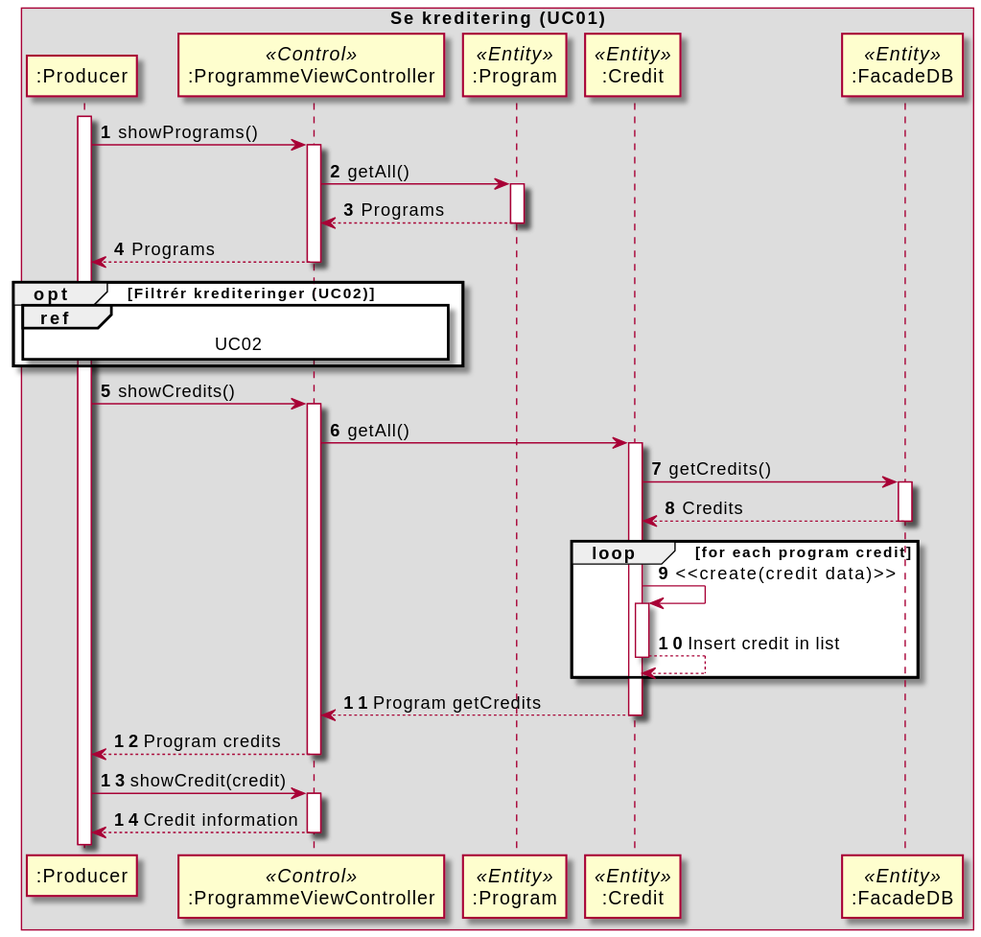
The PlantUML diagram uml/sequence_diagrams/operation/UC01_show_credit.svg in amatzen/SE02-SE-G02-SPRO, before a commit.
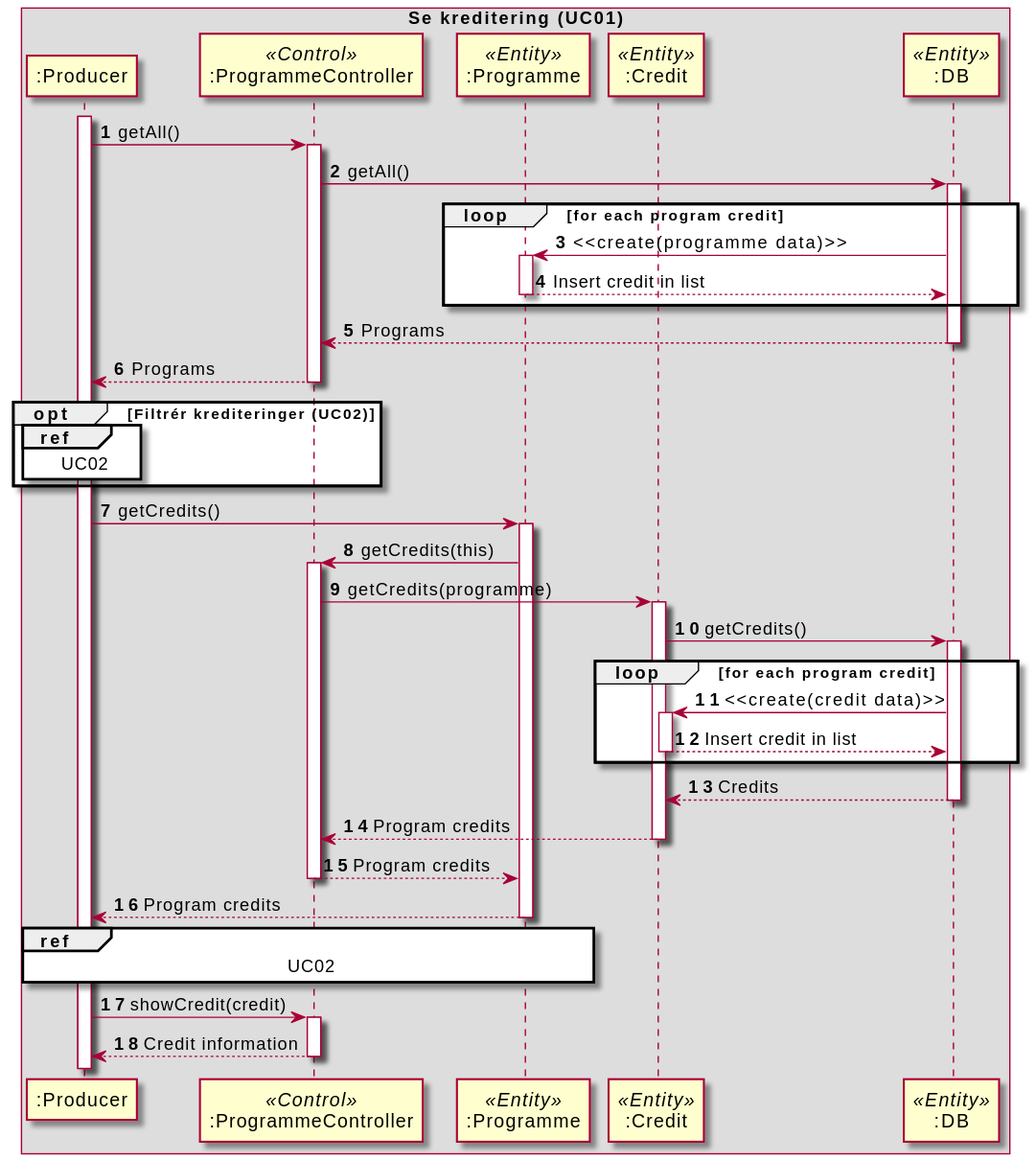
The same file after the commit.

Diff of the diagram source:
```diff
@@ -4,47 +4,64 @@
 
 box Se kreditering (UC01)
     participant ":Producer" as producer
-    participant ":ProgrammeViewController" as programController <<Control>>
-    participant ":Program" as program <<Entity>>
+    participant ":ProgrammeController" as programController <<Control>>
+    participant ":Programme" as program <<Entity>>
     participant ":Credit" as credit <<Entity>>
-    participant ":FacadeDB" as db <<Entity>>
+    participant ":DB" as db <<Entity>>
 end box
 
 activate producer
-producer -> programController : showPrograms()
+producer -> programController : getAll()
 activate programController
-programController -> program : getAll()
+programController -> db : getAll()
+activate db
+
+loop for each program credit
+db -> program : <<create(programme data)>>
 activate program
-programController <-- program : Programs
+db <-- program : Insert credit in list
 deactivate program
+end
+
+programController <-- db : Programs
+deactivate db
 producer <-- programController : Programs
 deactivate programController
 
 opt Filtrér krediteringer (UC02)
-    ref over producer, programController : UC02
+    ref over producer : UC02
 end
 
-producer -> programController : showCredits()
+producer -> program: getCredits()
+activate program
+program -> programController : getCredits(this)
 activate programController
-programController -> credit : getAll()
+programController -> credit : getCredits(programme)
 activate credit
 
 credit -> db : getCredits()
 activate db
+
+loop for each program credit
+db -> credit : <<create(credit data)>>
+activate credit
+db <-- credit : Insert credit in list
+deactivate credit
+end
+
 credit <-- db : Credits
 deactivate db
 
-loop for each program credit
-credit -> credit : <<create(credit data)>>
-activate credit
-credit <-- credit : Insert credit in list
+programController <-- credit : Program credits
 deactivate credit
-end
+program <-- programController : Program credits
+deactivate programController
+producer <-- program : Program credits
 
-programController <-- credit : Program getCredits
-deactivate credit
-producer <-- programController : Program credits
+deactivate program
 deactivate programController
+
+ref over producer, program : UC02
 
 producer -> programController : showCredit(credit)
 activate programController
```
